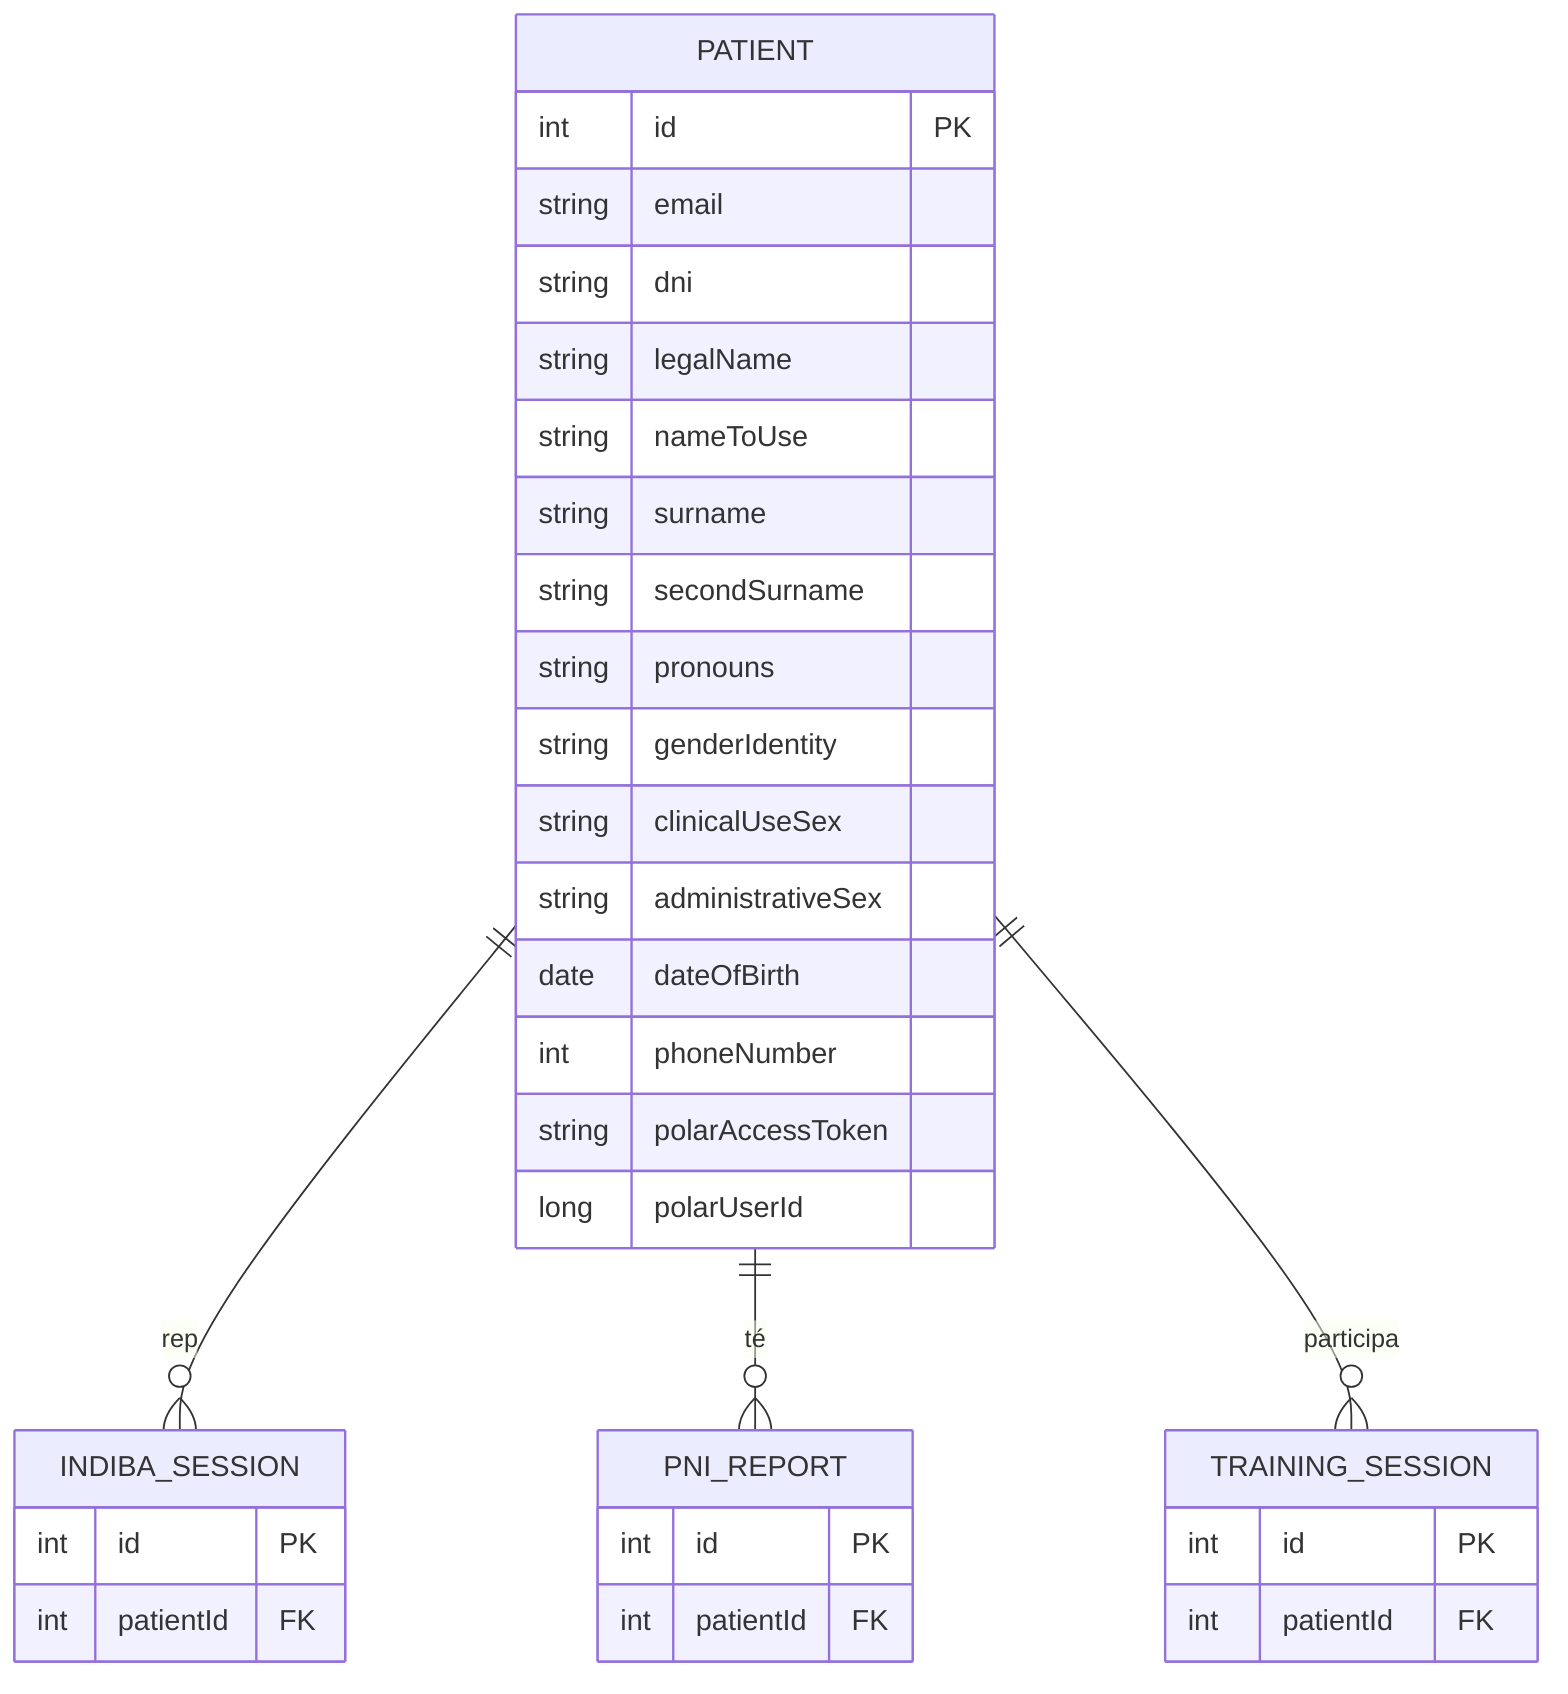
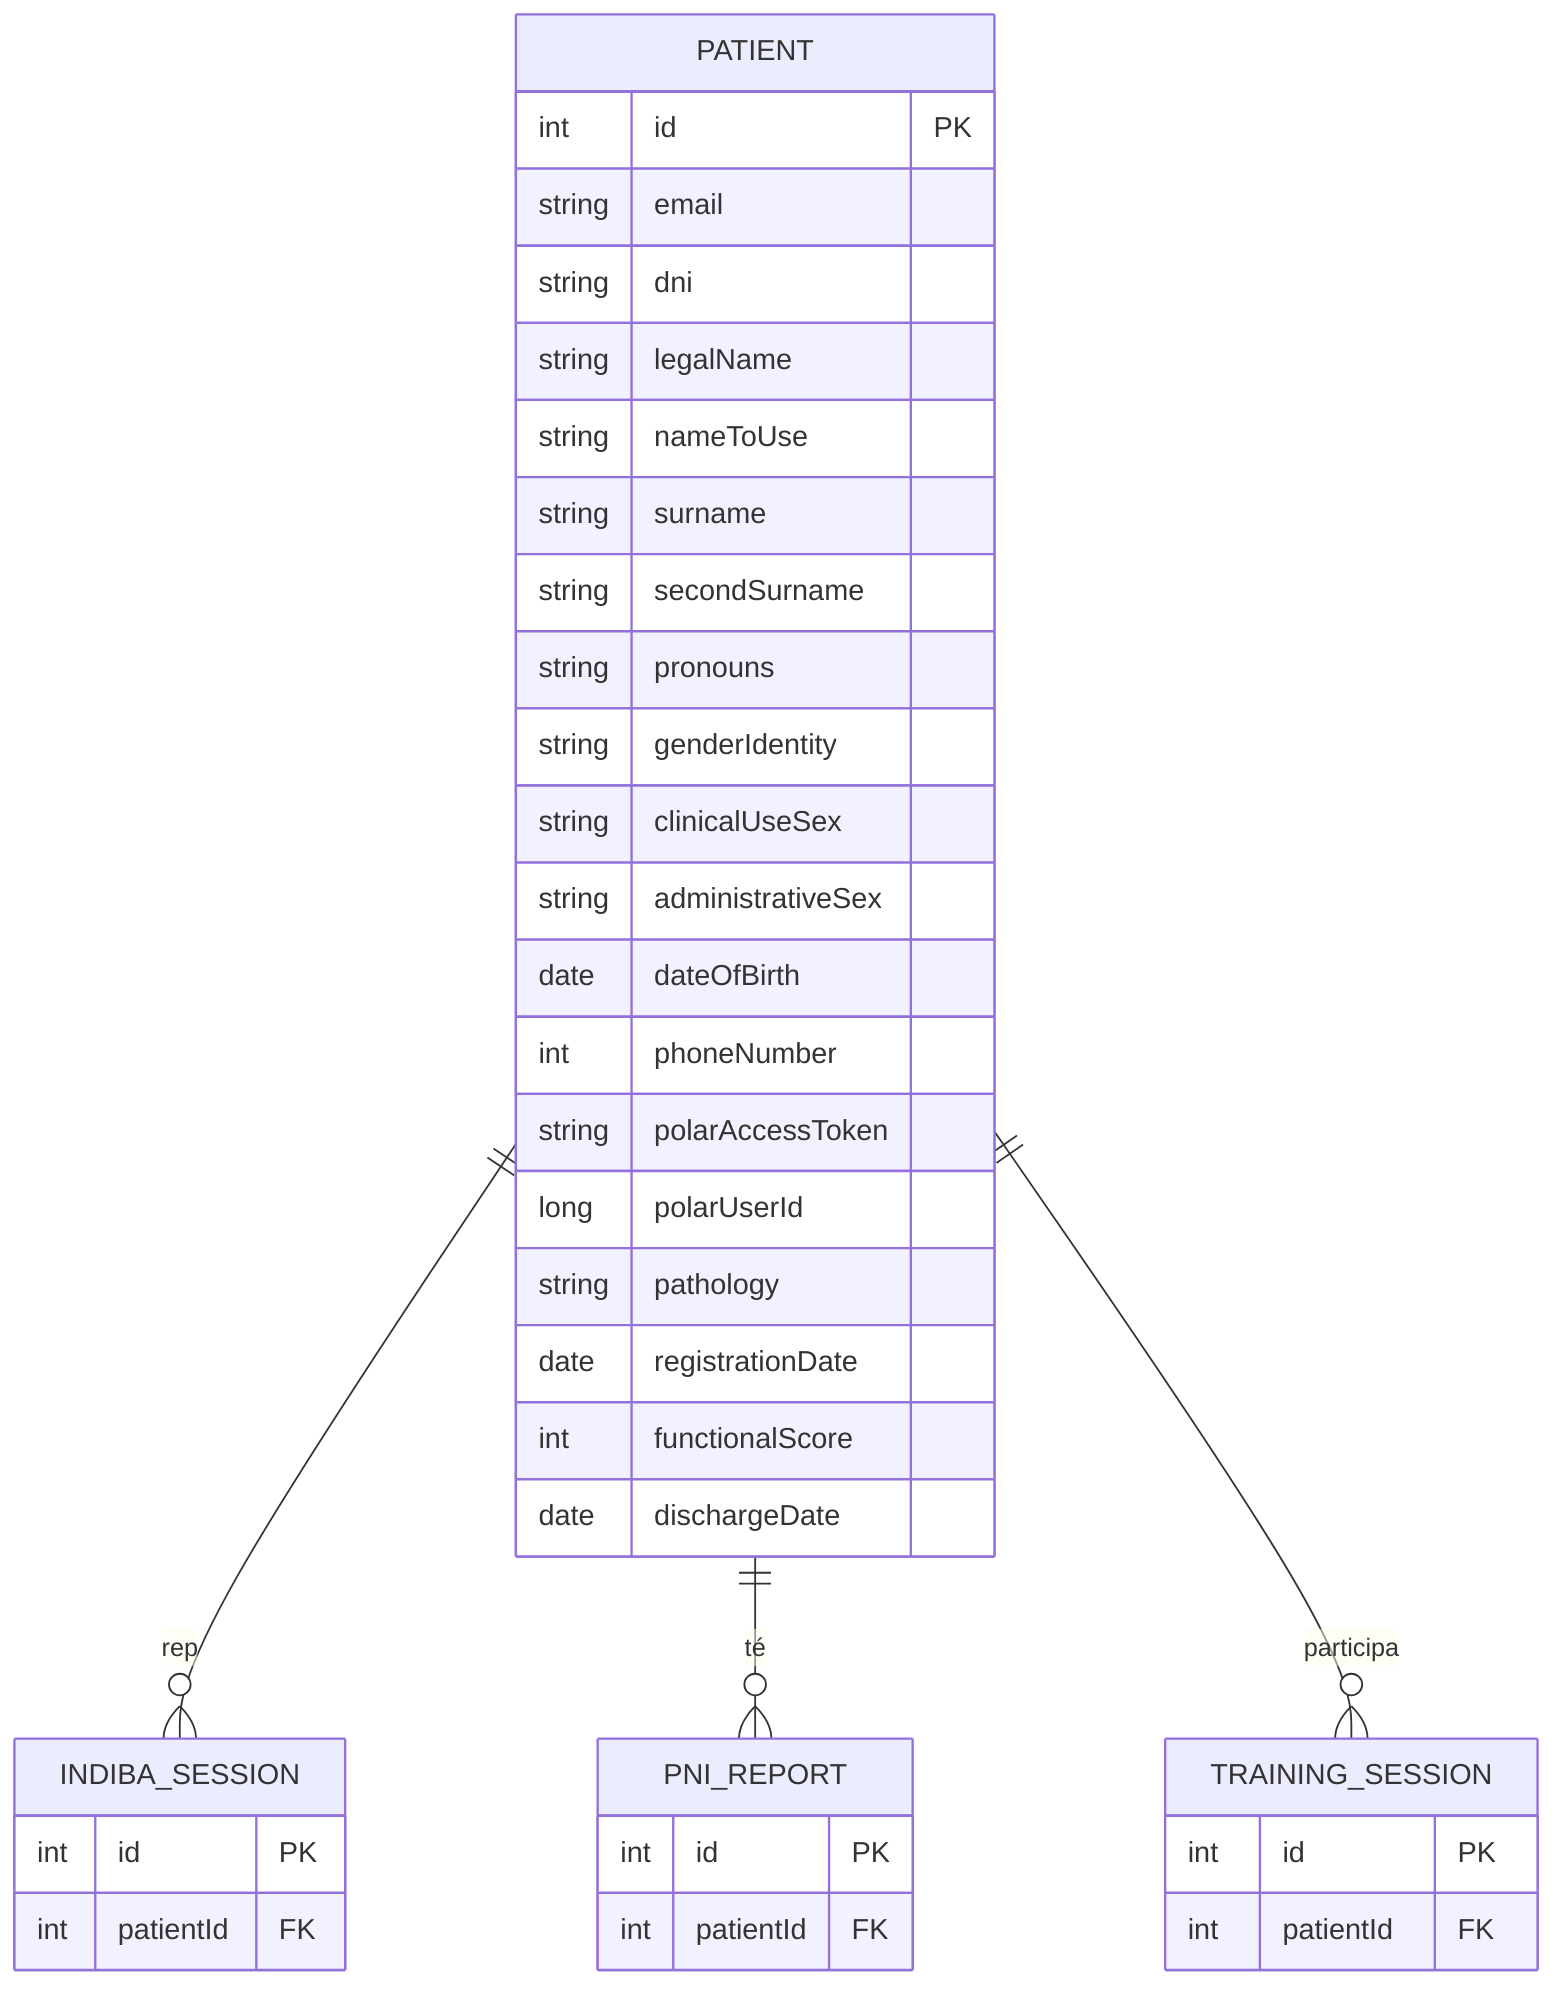
erDiagram

  PATIENT {
    int id PK
    string email
    string dni
    string legalName
    string nameToUse
    string surname
    string secondSurname
    string pronouns
    string genderIdentity
    string clinicalUseSex
    string administrativeSex
    date dateOfBirth
    int phoneNumber
    string polarAccessToken
    long polarUserId
+     string pathology
+     date registrationDate
+     int functionalScore
+     date dischargeDate
  }

  INDIBA_SESSION {
    int id PK
    int patientId FK
  }

  PNI_REPORT {
    int id PK
    int patientId FK
  }

  TRAINING_SESSION {
    int id PK
    int patientId FK
  }

  PATIENT ||--o{ INDIBA_SESSION : "rep"
  PATIENT ||--o{ PNI_REPORT : "té"
  PATIENT ||--o{ TRAINING_SESSION : "participa"
